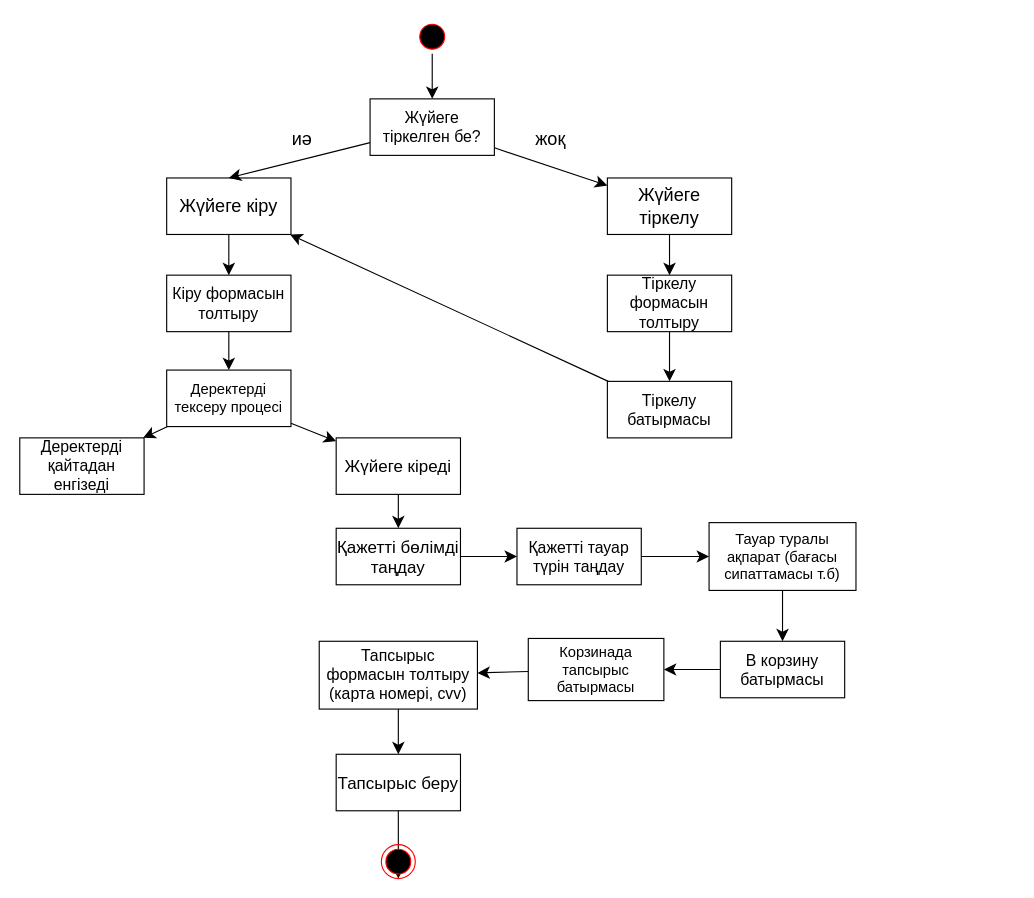
The draw.io diagram Оформление заказа.drawio in mbayzhanova/nyx_react_project, before the edit. Source tidied: cells renumbered, new cells numbered last; positions are measured from the earlier drawing's top-left corner, leaving out a move shared by most shapes. Both pictures are drawn from the tidied source at 113%, with x=0, y=0 at pixel (19, 19).
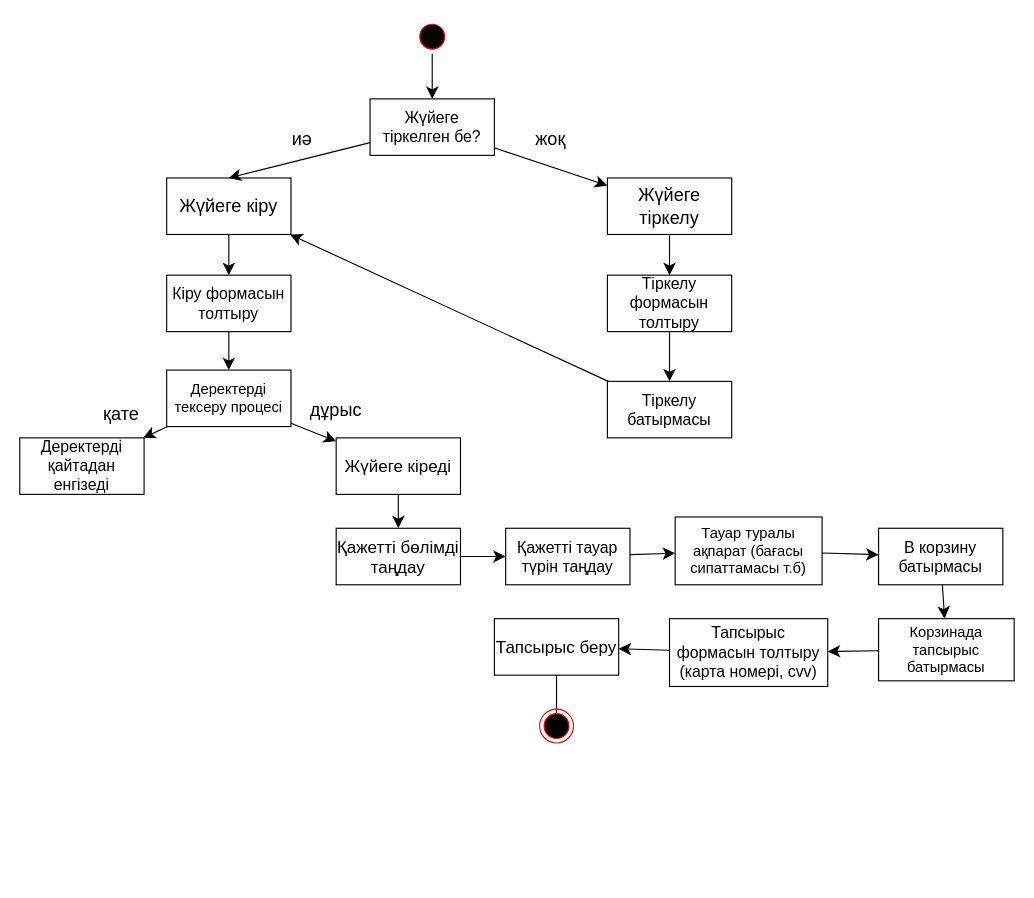
After the change.

The edit, as a diff of the source:
```diff
@@
     <mxCell id="10" value="&lt;font style=&quot;font-size: 14px;&quot;&gt;Қажетті тауар түрін таңдау&lt;/font&gt;" style="html=1;whiteSpace=wrap;fillColor=none;" parent="1" vertex="1">
-      <mxGeometry x="440" y="450" width="110" height="50" as="geometry" />
+      <mxGeometry x="430" y="450" width="110" height="50" as="geometry" />
     </mxCell>
@@
     <mxCell id="12" value="&lt;font style=&quot;font-size: 13px;&quot;&gt;Тауар туралы ақпарат (бағасы сипаттамасы т.б)&lt;/font&gt;" style="html=1;whiteSpace=wrap;fillColor=none;" parent="1" vertex="1">
-      <mxGeometry x="610" y="445" width="130" height="60" as="geometry" />
+      <mxGeometry x="580" y="440" width="130" height="60" as="geometry" />
     </mxCell>
@@
     <mxCell id="14" value="&lt;font style=&quot;font-size: 14px;&quot;&gt;В корзину батырмасы&lt;/font&gt;" style="html=1;whiteSpace=wrap;fillColor=none;" parent="1" vertex="1">
-      <mxGeometry x="620" y="550" width="110" height="50" as="geometry" />
+      <mxGeometry x="760" y="450" width="110" height="50" as="geometry" />
     </mxCell>
@@
     <mxCell id="16" value="&lt;font style=&quot;font-size: 13px;&quot;&gt;Корзинада тапсырыс батырмасы&lt;/font&gt;" style="html=1;whiteSpace=wrap;fillColor=none;" parent="1" vertex="1">
-      <mxGeometry x="450" y="547.5" width="120" height="55" as="geometry" />
+      <mxGeometry x="760" y="530" width="120" height="55" as="geometry" />
     </mxCell>
@@
     <mxCell id="37" value="&lt;font style=&quot;font-size: 14px;&quot;&gt;Тапсырыс формасын толтыру (карта номері, cvv)&lt;/font&gt;" style="html=1;whiteSpace=wrap;fillColor=none;" parent="1" vertex="1">
-      <mxGeometry x="265" y="550" width="140" height="60" as="geometry" />
+      <mxGeometry x="575" y="530" width="140" height="60" as="geometry" />
     </mxCell>
-    <mxCell id="38" style="edgeStyle=none;curved=1;rounded=0;jettySize=auto;html=1;entryX=0.5;entryY=1;entryDx=0;entryDy=0;fontSize=12;startSize=8;endSize=8;" parent="1" edge="1" source="39" target="40">
-      <mxGeometry relative="1" as="geometry" />
+    <mxCell id="38" style="edgeStyle=none;curved=1;rounded=0;jettySize=auto;html=1;fontSize=12;startSize=8;endSize=8;" parent="1" edge="1" source="39">
+      <mxGeometry relative="1" as="geometry">
+        <mxPoint x="475" y="625" as="targetPoint" />
+      </mxGeometry>
     </mxCell>
     <mxCell id="39" value="&lt;font style=&quot;font-size: 15px;&quot;&gt;Тапсырыс беру&lt;/font&gt;" style="html=1;whiteSpace=wrap;fillColor=none;" parent="1" vertex="1">
-      <mxGeometry x="280" y="650" width="110" height="50" as="geometry" />
+      <mxGeometry x="420" y="530" width="110" height="50" as="geometry" />
     </mxCell>
     <mxCell id="40" style="ellipse;html=1;shape=endState;fillColor=#000000;strokeColor=#ff0000;" parent="1" vertex="1">
-      <mxGeometry x="320" y="730" width="30" height="30" as="geometry" />
+      <mxGeometry x="460" y="610" width="30" height="30" as="geometry" />
     </mxCell>
+    <mxCell id="41" value="қате" style="text;strokeColor=none;align=center;fillColor=none;html=1;verticalAlign=middle;whiteSpace=wrap;rounded=0;fontSize=16;" parent="1" vertex="1">
+      <mxGeometry x="60" y="334" width="60" height="30" as="geometry" />
+    </mxCell>
+    <mxCell id="42" value="дұрыс" style="text;strokeColor=none;align=center;fillColor=none;html=1;verticalAlign=middle;whiteSpace=wrap;rounded=0;fontSize=16;" parent="1" vertex="1">
+      <mxGeometry x="250" y="330" width="60" height="30" as="geometry" />
+    </mxCell>
```
